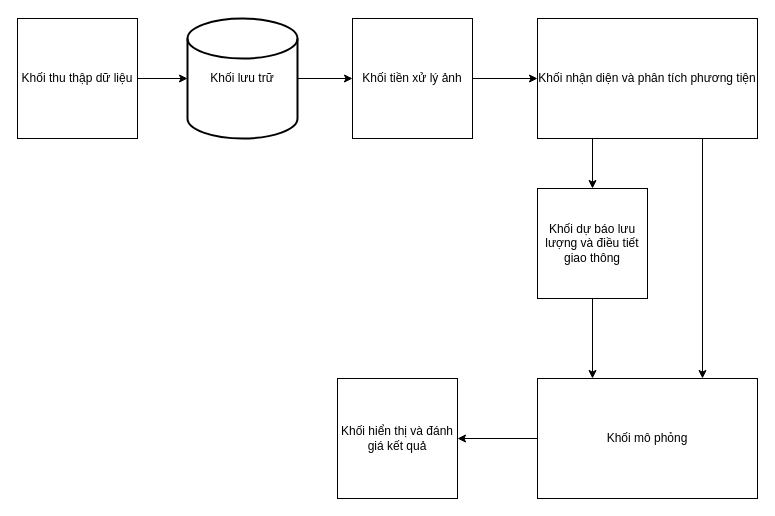
Above: fig/system_block_diagram.drawio in Denzaro/DATN_Thesis (draw.io), before the change. Source tidied: cells renumbered, new cells numbered last; positions are measured from the earlier drawing's top-left corner, leaving out a move shared by most shapes. Both pictures are drawn from the tidied source at 100%, with x=0, y=0 at pixel (17, 18).
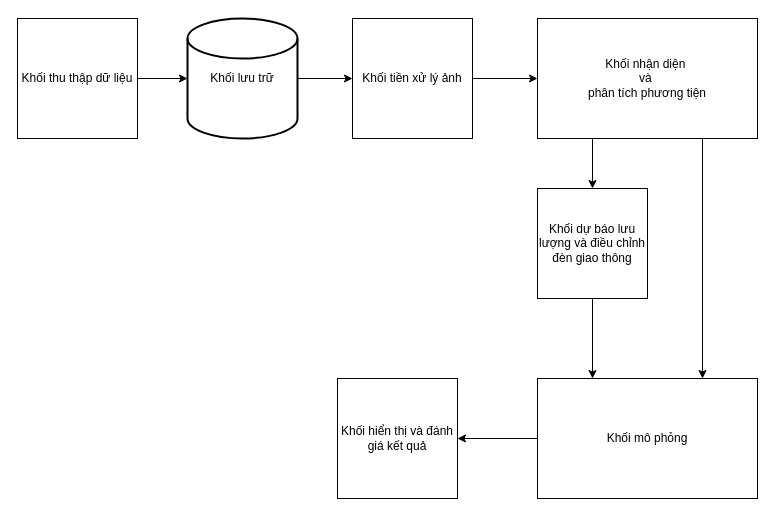
After the change.

Change to the diagram source:
```diff
@@
 <mxGraphModel>
   <root>
     <mxCell id="0" />
     <mxCell id="1" parent="0" />
     <mxCell id="2" value="Khối thu thập dữ liệu" style="whiteSpace=wrap;html=1;" parent="1" vertex="1">
       <mxGeometry width="120" height="120" as="geometry" />
     </mxCell>
     <mxCell id="3" style="edgeStyle=orthogonalEdgeStyle;rounded=0;jettySize=auto;html=1;entryX=0;entryY=0.5;entryDx=0;entryDy=0;" parent="1" edge="1" source="4" target="14">
       <mxGeometry relative="1" as="geometry" />
     </mxCell>
     <mxCell id="4" value="Khối tiền xử lý ảnh" style="whiteSpace=wrap;html=1;" parent="1" vertex="1">
       <mxGeometry x="335" width="120" height="120" as="geometry" />
     </mxCell>
     <mxCell id="5" style="edgeStyle=orthogonalEdgeStyle;rounded=0;jettySize=auto;html=1;entryX=0.25;entryY=0;entryDx=0;entryDy=0;" parent="1" edge="1" source="6" target="11">
       <mxGeometry relative="1" as="geometry" />
     </mxCell>
-    <mxCell id="6" value="Khối dự báo lưu lượng và điều tiết giao thông" style="whiteSpace=wrap;html=1;" parent="1" vertex="1">
+    <mxCell id="6" value="Khối dự báo lưu lượng và điều chỉnh đèn giao thông" style="whiteSpace=wrap;html=1;" parent="1" vertex="1">
       <mxGeometry x="520" y="170" width="110" height="110" as="geometry" />
     </mxCell>
     <mxCell id="7" value="Khối hiển thị và đánh giá kết quả" style="whiteSpace=wrap;html=1;" parent="1" vertex="1">
       <mxGeometry x="320" y="360" width="120" height="120" as="geometry" />
     </mxCell>
     <mxCell id="8" style="edgeStyle=orthogonalEdgeStyle;rounded=0;jettySize=auto;html=1;entryX=0;entryY=0.5;entryDx=0;entryDy=0;" parent="1" edge="1" source="9" target="4">
       <mxGeometry relative="1" as="geometry" />
     </mxCell>
     <mxCell id="9" value="Khối lưu trữ" style="strokeWidth=2;html=1;shape=mxgraph.flowchart.database;whiteSpace=wrap;" parent="1" vertex="1">
       <mxGeometry x="170" width="110" height="120" as="geometry" />
     </mxCell>
     <mxCell id="10" style="edgeStyle=orthogonalEdgeStyle;rounded=0;jettySize=auto;html=1;entryX=1;entryY=0.5;entryDx=0;entryDy=0;" parent="1" edge="1" source="11" target="7">
       <mxGeometry relative="1" as="geometry" />
     </mxCell>
     <mxCell id="11" value="Khối mô phỏng" style="rounded=0;whiteSpace=wrap;html=1;" parent="1" vertex="1">
       <mxGeometry x="520" y="360" width="220" height="120" as="geometry" />
     </mxCell>
     <mxCell id="12" style="edgeStyle=orthogonalEdgeStyle;rounded=0;jettySize=auto;html=1;entryX=0;entryY=0.5;entryDx=0;entryDy=0;entryPerimeter=0;" parent="1" edge="1" source="2" target="9">
       <mxGeometry relative="1" as="geometry" />
     </mxCell>
     <mxCell id="13" style="edgeStyle=orthogonalEdgeStyle;rounded=0;jettySize=auto;html=1;exitX=0.75;exitY=1;exitDx=0;exitDy=0;entryX=0.75;entryY=0;entryDx=0;entryDy=0;" parent="1" edge="1" source="14" target="11">
       <mxGeometry relative="1" as="geometry" />
     </mxCell>
-    <mxCell id="14" value="Khối nhận diện và phân tích phương tiện" style="rounded=0;whiteSpace=wrap;html=1;" parent="1" vertex="1">
+    <mxCell id="14" value="Khối nhận diện&amp;nbsp;&lt;div&gt;và&amp;nbsp;&lt;/div&gt;&lt;div&gt;phân tích phương tiện&lt;/div&gt;" style="rounded=0;whiteSpace=wrap;html=1;" parent="1" vertex="1">
       <mxGeometry x="520" width="220" height="120" as="geometry" />
     </mxCell>
     <mxCell id="15" style="endArrow=classic;html=1;rounded=0;exitX=0.25;exitY=1;exitDx=0;exitDy=0;entryX=0.5;entryY=0;entryDx=0;entryDy=0;" parent="1" edge="1" source="14" target="6">
       <mxGeometry relative="1" as="geometry" />
     </mxCell>
   </root>
 </mxGraphModel>
```
